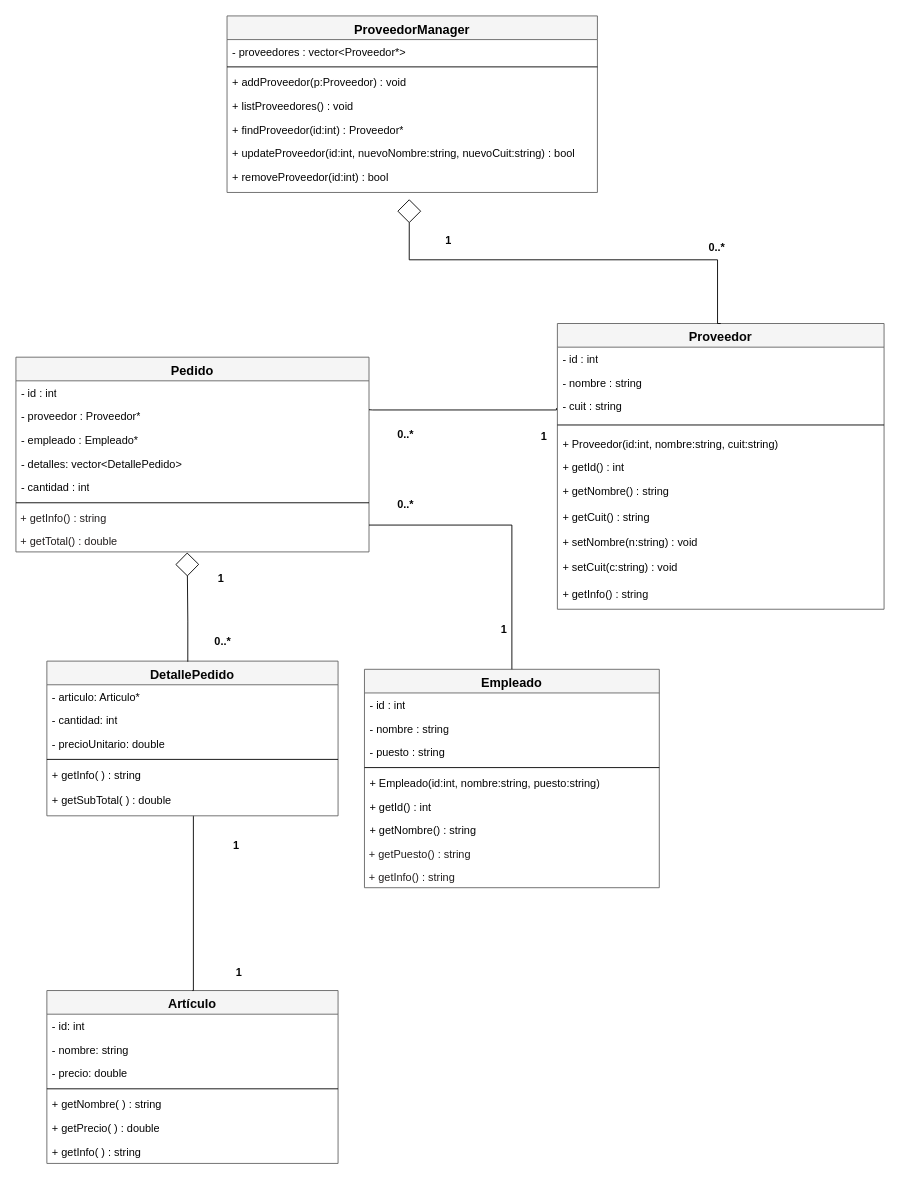
JasmineSaavedra28/final keeps this draw.io diagram as uml/diagrama.drawio. Above is the earlier version. Source tidied: cells renumbered, new cells numbered last; positions are measured from the earlier drawing's top-left corner, leaving out a move shared by most shapes. Both pictures are drawn from the tidied source at 91%, with x=0, y=0 at pixel (15, 15).
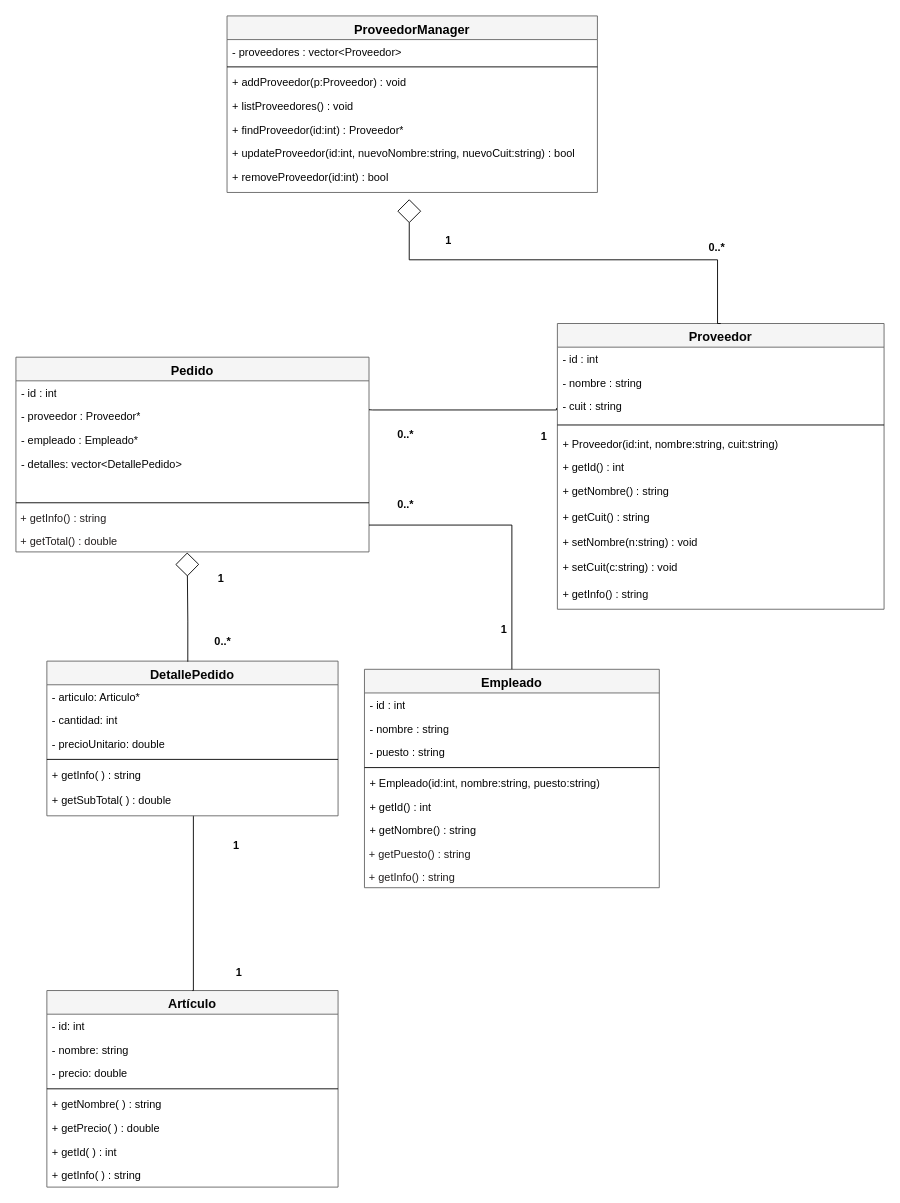
After the change.

Unchanged cells that the change refers to:
```xml
<mxCell id="10" value="&lt;font style=&quot;font-size: 14px;&quot;&gt;ProveedorManager&lt;/font&gt;" style="swimlane;fontStyle=1;align=center;verticalAlign=top;horizontal=1;startSize=26;whiteSpace=wrap;html=1;strokeColor=#666666;fillColor=#f5f5f5;fontColor=#000000;" parent="1" vertex="1">
  <mxGeometry x="232" width="407" height="194" as="geometry" />
</mxCell>
<mxCell id="19" value="&lt;span style=&quot;font-size: 14px;&quot;&gt;Pedido&lt;/span&gt;" style="swimlane;fontStyle=1;align=center;verticalAlign=top;horizontal=1;startSize=26;whiteSpace=wrap;html=1;strokeColor=#666666;fontColor=#000000;fillColor=#f5f5f5;" parent="1" vertex="1">
  <mxGeometry y="375" width="388" height="214" as="geometry" />
</mxCell>
```

The edit, as a diff of the source:
```diff
@@
     <mxCell id="2" value="&lt;span style=&quot;font-size: 14px;&quot;&gt;&lt;font&gt;Artículo&lt;/font&gt;&lt;/span&gt;" style="swimlane;fontStyle=1;align=center;verticalAlign=top;horizontal=1;startSize=26;whiteSpace=wrap;html=1;fontColor=#050505;strokeColor=#666666;fillColor=#f5f5f5;" parent="1" vertex="1">
-      <mxGeometry x="34" y="1071" width="320" height="190" as="geometry" />
+      <mxGeometry x="34" y="1071" width="320" height="216" as="geometry" />
     </mxCell>
@@
-    <mxCell id="8" value="+ getPrecio( ) : double" style="text;strokeColor=none;fillColor=none;align=left;verticalAlign=top;spacingLeft=4;spacingRight=4;overflow=hidden;whiteSpace=wrap;html=1;fontColor=#050505;" parent="2" vertex="1">
+    <mxCell id="8" value="+ getPrecio( ) : double" style="text;strokeColor=none;fillColor=none;align=left;verticalAlign=top;spacingLeft=4;spacingRight=4;overflow:hidden;whiteSpace=wrap;html=1;fontColor=#050505;" parent="2" vertex="1">
       <mxGeometry y="138" width="320" height="26" as="geometry" />
     </mxCell>
+    <mxCell id="71" value="+ getId( ) : int" style="text;strokeColor=none;fillColor=none;align=left;verticalAlign=top;spacingLeft=4;spacingRight=4;overflow:hidden;whiteSpace=wrap;html=1;fontColor=#050505;" parent="2" vertex="1">
+      <mxGeometry y="164" width="320" height="26" as="geometry" />
+    </mxCell>
-    <mxCell id="9" value="+ getInfo( ) : string" style="text;strokeColor=none;fillColor=none;align=left;verticalAlign=top;spacingLeft=4;spacingRight=4;overflow=hidden;whiteSpace=wrap;html=1;fontColor=#050505;" parent="2" vertex="1">
-      <mxGeometry y="164" width="320" height="26" as="geometry" />
+    <mxCell id="9" value="+ getInfo( ) : string" style="text;strokeColor=none;fillColor=none;align=left;verticalAlign=top;spacingLeft=4;spacingRight=4;overflow:hidden;whiteSpace=wrap;html=1;fontColor=#050505;" parent="2" vertex="1">
+      <mxGeometry y="190" width="320" height="26" as="geometry" />
     </mxCell>
@@
-    <mxCell id="11" value="- proveedores : vector&amp;lt;Proveedor*&amp;gt;&amp;nbsp;" style="text;strokeColor=none;fillColor=none;align=left;verticalAlign=top;spacingLeft=4;spacingRight=4;overflow=hidden;whiteSpace=wrap;html=1;fontColor=#050505;" parent="10" vertex="1">
+    <mxCell id="11" value="- proveedores : vector&amp;lt;Proveedor&amp;gt;&amp;nbsp;" style="text;strokeColor=none;fillColor=none;align=left;verticalAlign=top;spacingLeft=4;spacingRight=4;overflow=hidden;whiteSpace=wrap;html=1;fontColor=#050505;" parent="10" vertex="1">
       <mxGeometry y="26" width="407" height="26" as="geometry" />
     </mxCell>
@@
-    <mxCell id="24" value="- cantidad : int" style="text;strokeColor=none;fillColor=none;align=left;verticalAlign=top;spacingLeft=4;spacingRight=4;overflow=hidden;whiteSpace=wrap;html=1;fontColor=#050505;" parent="19" vertex="1">
-      <mxGeometry y="130" width="388" height="26" as="geometry" />
-    </mxCell>
```
